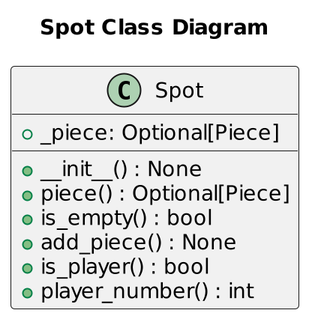
Before: uml/Spot.png, a diagram exported from PlantUML (austin-s970/OOP-Connect4). The source it was exported from:
```plantuml
@startuml
scale 2
title "Spot Class Diagram"
class Spot {
    +_piece: Optional[Piece]

    +__init__() : None
    +piece() : Optional[Piece]
    +is_empty() : bool
    +add_piece() : None
    +is_player() : bool
    +player_number() : int
}
@enduml
```
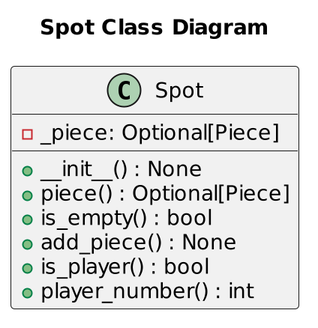
After the change.

Diff of the diagram source:
```diff
@@ -2,7 +2,7 @@
 scale 2
 title "Spot Class Diagram"
 class Spot {
-    +_piece: Optional[Piece]
+    -_piece: Optional[Piece]
 
     +__init__() : None
     +piece() : Optional[Piece]
```
